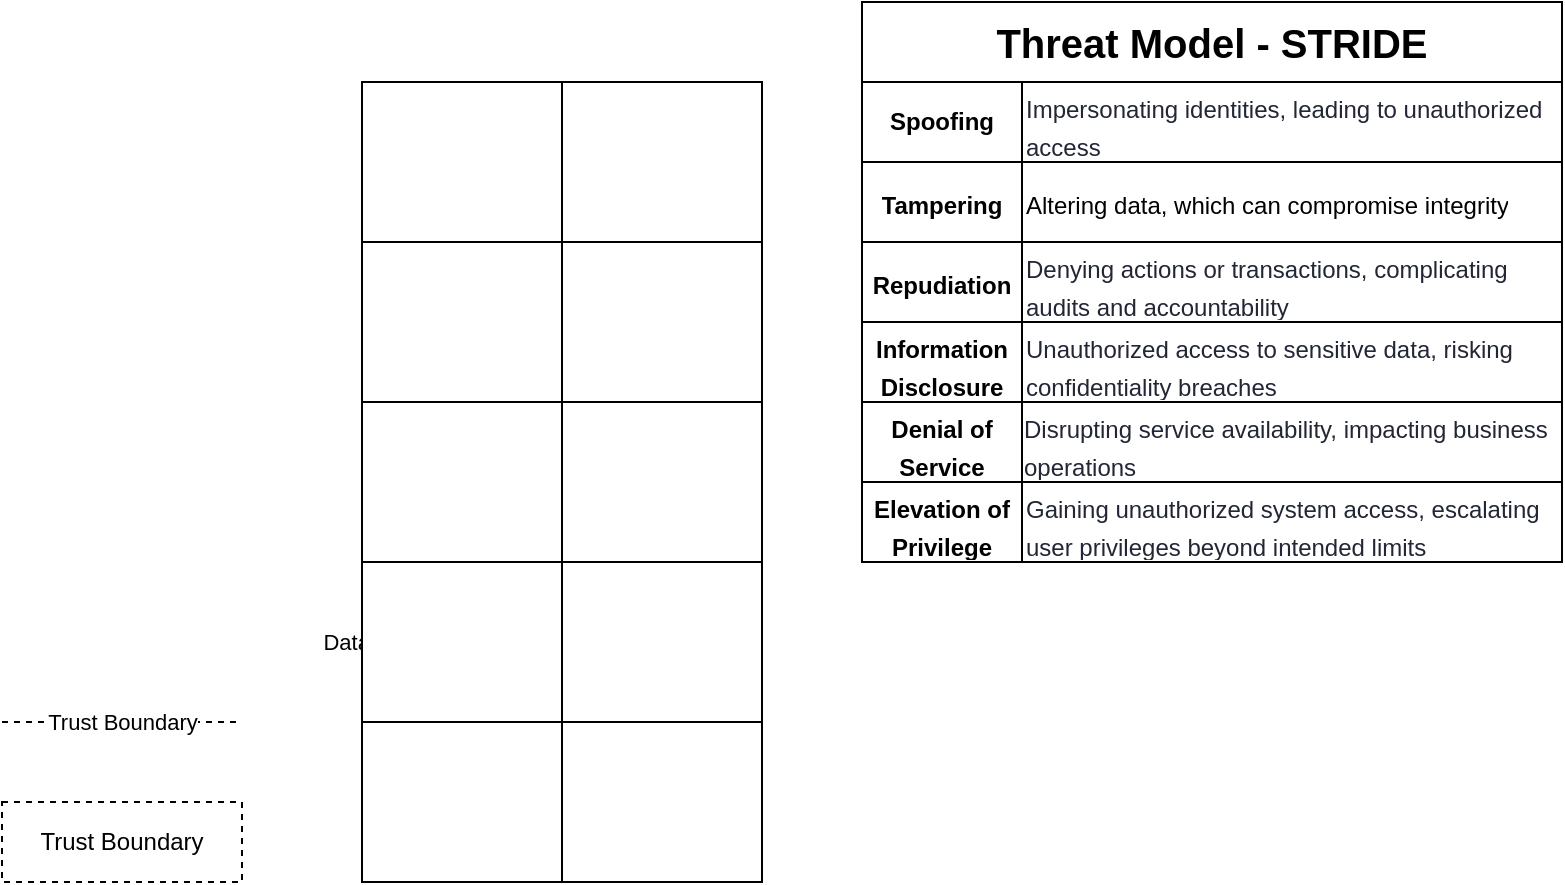
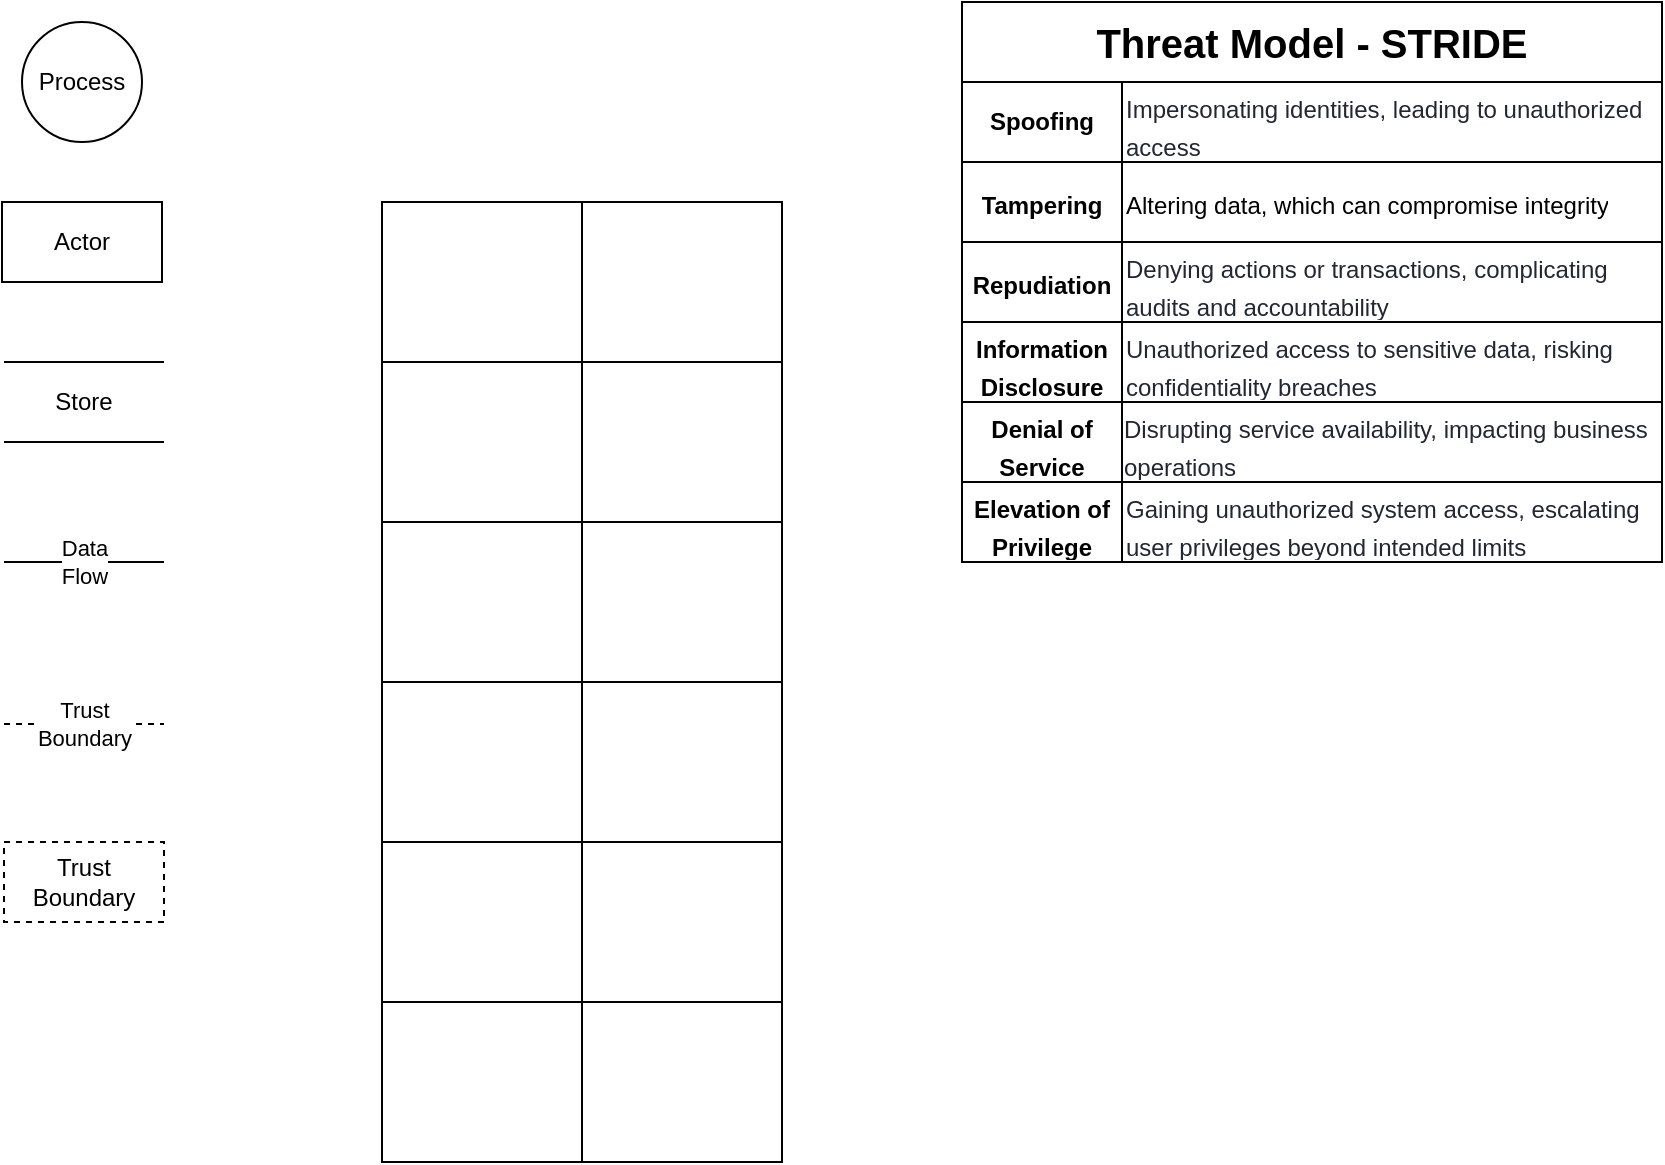
<mxfile host="app.diagrams.net">
  <diagram name="Page-1" id="LUfYaMOZ5GPox6UbmhKn">
    <mxGraphModel dx="1204" dy="815" grid="1" gridSize="10" guides="1" tooltips="1" connect="1" arrows="1" fold="1" page="1" pageScale="1" pageWidth="1169" pageHeight="827" math="0" shadow="0">
      <root>
        <mxCell id="0" />
        <mxCell id="1" parent="0" />
        <mxCell id="M_fBX4zBRpyhF5hZAxOK-1" parent="1" style="ellipse;whiteSpace=wrap;html=1;direction=west;" value="Process" vertex="1">
-           <mxGeometry height="60" width="60" x="300" y="90" as="geometry" />
+           <mxGeometry height="60" width="60" x="60" y="50" as="geometry" />
        </mxCell>
        <mxCell id="M_fBX4zBRpyhF5hZAxOK-2" parent="1" style="rounded=0;whiteSpace=wrap;html=1;" value="Actor" vertex="1">
-           <mxGeometry height="40" width="80" x="290" y="180" as="geometry" />
-         </mxCell>
-         <mxCell id="M_fBX4zBRpyhF5hZAxOK-6" connectable="0" parent="1" style="group" value="" vertex="1">
-           <mxGeometry height="40" width="80" x="290" y="260" as="geometry" />
-         </mxCell>
-         <mxCell id="M_fBX4zBRpyhF5hZAxOK-3" parent="M_fBX4zBRpyhF5hZAxOK-6" style="rounded=0;whiteSpace=wrap;html=1;strokeColor=none;" value="Store" vertex="1">
-           <mxGeometry height="40" width="80" as="geometry" />
-         </mxCell>
-         <mxCell id="M_fBX4zBRpyhF5hZAxOK-4" edge="1" parent="M_fBX4zBRpyhF5hZAxOK-6" source="M_fBX4zBRpyhF5hZAxOK-3" style="endArrow=none;html=1;rounded=0;exitX=0;exitY=0;exitDx=0;exitDy=0;entryX=1;entryY=0;entryDx=0;entryDy=0;" target="M_fBX4zBRpyhF5hZAxOK-3" value="">
-           <mxGeometry height="50" relative="1" width="50" as="geometry">
-             <mxPoint x="200" y="106.66666666666666" as="sourcePoint" />
-             <mxPoint x="53.33333333333333" as="targetPoint" />
-           </mxGeometry>
-         </mxCell>
-         <mxCell id="M_fBX4zBRpyhF5hZAxOK-5" edge="1" parent="M_fBX4zBRpyhF5hZAxOK-6" style="endArrow=none;html=1;rounded=0;exitX=0;exitY=0;exitDx=0;exitDy=0;entryX=1;entryY=0;entryDx=0;entryDy=0;" value="">
-           <mxGeometry height="50" relative="1" width="50" as="geometry">
-             <mxPoint y="40" as="sourcePoint" />
-             <mxPoint x="80" y="40" as="targetPoint" />
-           </mxGeometry>
-         </mxCell>
-         <mxCell id="M_fBX4zBRpyhF5hZAxOK-7" edge="1" parent="1" style="endArrow=none;html=1;rounded=0;" target="i9MEZxg4KkeJskCu2APN-14" value="Data Flow">
-           <mxGeometry height="50" relative="1" width="50" as="geometry">
-             <mxPoint x="290" y="360" as="sourcePoint" />
-             <mxPoint x="410" y="361" as="targetPoint" />
-           </mxGeometry>
-         </mxCell>
-         <mxCell id="M_fBX4zBRpyhF5hZAxOK-8" edge="1" parent="1" style="endArrow=none;dashed=1;html=1;rounded=0;" value="Trust Boundary">
-           <mxGeometry height="50" relative="1" width="50" as="geometry">
-             <mxPoint x="100" y="400" as="sourcePoint" />
-             <mxPoint x="220" y="400" as="targetPoint" />
-           </mxGeometry>
-         </mxCell>
-         <mxCell id="M_fBX4zBRpyhF5hZAxOK-10" parent="1" style="rounded=0;whiteSpace=wrap;html=1;fillColor=none;dashed=1;" value="Trust Boundary" vertex="1">
-           <mxGeometry height="40" width="120" x="100" y="440" as="geometry" />
+           <mxGeometry height="40" width="80" x="50" y="140" as="geometry" />
        </mxCell>
        <mxCell id="M_fBX4zBRpyhF5hZAxOK-11" parent="1" style="shape=table;startSize=0;container=1;collapsible=0;childLayout=tableLayout;fontSize=12;" value="" vertex="1">
          <mxGeometry height="280" width="350" x="530" y="40" as="geometry" />
        </mxCell>
        <mxCell id="i9MEZxg4KkeJskCu2APN-1" parent="M_fBX4zBRpyhF5hZAxOK-11" style="shape=tableRow;horizontal=0;startSize=0;swimlaneHead=0;swimlaneBody=0;strokeColor=inherit;top=0;left=0;bottom=0;right=0;collapsible=0;dropTarget=0;fillColor=none;points=[[0,0.5],[1,0.5]];portConstraint=eastwest;fontSize=16;" vertex="1">
          <mxGeometry height="40" width="350" as="geometry" />
        </mxCell>
        <mxCell id="i9MEZxg4KkeJskCu2APN-2" parent="i9MEZxg4KkeJskCu2APN-1" style="shape=partialRectangle;html=1;whiteSpace=wrap;connectable=0;strokeColor=inherit;overflow=hidden;fillColor=none;top=0;left=0;bottom=0;right=0;pointerEvents=1;fontSize=12;rowspan=1;colspan=2;" value="&lt;b&gt;&lt;font style=&quot;font-size: 20px;&quot;&gt;Threat Model - STRIDE&lt;/font&gt;&lt;/b&gt;" vertex="1">
          <mxGeometry height="40" width="350" as="geometry">
            <mxRectangle height="40" width="80" as="alternateBounds" />
          </mxGeometry>
        </mxCell>
        <mxCell id="i9MEZxg4KkeJskCu2APN-3" parent="i9MEZxg4KkeJskCu2APN-1" style="shape=partialRectangle;html=1;whiteSpace=wrap;connectable=0;strokeColor=inherit;overflow=hidden;fillColor=none;top=0;left=0;bottom=0;right=0;pointerEvents=1;fontSize=16;align=left;" vertex="1" visible="0">
          <mxGeometry height="40" width="270" x="80" as="geometry">
            <mxRectangle height="40" width="270" as="alternateBounds" />
          </mxGeometry>
        </mxCell>
        <mxCell id="M_fBX4zBRpyhF5hZAxOK-12" parent="M_fBX4zBRpyhF5hZAxOK-11" style="shape=tableRow;horizontal=0;startSize=0;swimlaneHead=0;swimlaneBody=0;strokeColor=inherit;top=0;left=0;bottom=0;right=0;collapsible=0;dropTarget=0;fillColor=none;points=[[0,0.5],[1,0.5]];portConstraint=eastwest;fontSize=16;" value="" vertex="1">
          <mxGeometry height="40" width="350" y="40" as="geometry" />
        </mxCell>
        <mxCell id="M_fBX4zBRpyhF5hZAxOK-13" parent="M_fBX4zBRpyhF5hZAxOK-12" style="shape=partialRectangle;html=1;whiteSpace=wrap;connectable=0;strokeColor=inherit;overflow=hidden;fillColor=none;top=0;left=0;bottom=0;right=0;pointerEvents=1;fontSize=12;" value="&lt;font&gt;&lt;b&gt;Spoofing&lt;/b&gt;&lt;/font&gt;" vertex="1">
          <mxGeometry height="40" width="80" as="geometry">
            <mxRectangle height="40" width="80" as="alternateBounds" />
          </mxGeometry>
        </mxCell>
        <mxCell id="M_fBX4zBRpyhF5hZAxOK-14" parent="M_fBX4zBRpyhF5hZAxOK-12" style="shape=partialRectangle;html=1;whiteSpace=wrap;connectable=0;strokeColor=inherit;overflow=hidden;fillColor=none;top=0;left=0;bottom=0;right=0;pointerEvents=1;fontSize=16;align=left;" value="&lt;span style=&quot;caret-color: rgb(34, 38, 53); color: rgb(34, 38, 53);&quot;&gt;&lt;font style=&quot;font-size: 12px;&quot;&gt;Impersonating identities, leading to unauthorized access&lt;/font&gt;&lt;/span&gt;" vertex="1">
          <mxGeometry height="40" width="270" x="80" as="geometry">
            <mxRectangle height="40" width="270" as="alternateBounds" />
          </mxGeometry>
        </mxCell>
        <mxCell id="M_fBX4zBRpyhF5hZAxOK-16" parent="M_fBX4zBRpyhF5hZAxOK-11" style="shape=tableRow;horizontal=0;startSize=0;swimlaneHead=0;swimlaneBody=0;strokeColor=inherit;top=0;left=0;bottom=0;right=0;collapsible=0;dropTarget=0;fillColor=none;points=[[0,0.5],[1,0.5]];portConstraint=eastwest;fontSize=16;" value="" vertex="1">
          <mxGeometry height="40" width="350" y="80" as="geometry" />
        </mxCell>
        <mxCell id="M_fBX4zBRpyhF5hZAxOK-17" parent="M_fBX4zBRpyhF5hZAxOK-16" style="shape=partialRectangle;html=1;whiteSpace=wrap;connectable=0;strokeColor=inherit;overflow=hidden;fillColor=none;top=0;left=0;bottom=0;right=0;pointerEvents=1;fontSize=16;" value="&lt;font style=&quot;font-size: 12px;&quot;&gt;&lt;b&gt;Tampering&lt;/b&gt;&lt;/font&gt;" vertex="1">
          <mxGeometry height="40" width="80" as="geometry">
            <mxRectangle height="40" width="80" as="alternateBounds" />
          </mxGeometry>
        </mxCell>
        <mxCell id="M_fBX4zBRpyhF5hZAxOK-18" parent="M_fBX4zBRpyhF5hZAxOK-16" style="shape=partialRectangle;html=1;whiteSpace=wrap;connectable=0;strokeColor=inherit;overflow=hidden;fillColor=none;top=0;left=0;bottom=0;right=0;pointerEvents=1;fontSize=16;align=left;" value="&lt;font style=&quot;font-size: 12px;&quot;&gt;Altering data, which can compromise integrity&lt;/font&gt;" vertex="1">
          <mxGeometry height="40" width="270" x="80" as="geometry">
            <mxRectangle height="40" width="270" as="alternateBounds" />
          </mxGeometry>
        </mxCell>
        <mxCell id="M_fBX4zBRpyhF5hZAxOK-20" parent="M_fBX4zBRpyhF5hZAxOK-11" style="shape=tableRow;horizontal=0;startSize=0;swimlaneHead=0;swimlaneBody=0;strokeColor=inherit;top=0;left=0;bottom=0;right=0;collapsible=0;dropTarget=0;fillColor=none;points=[[0,0.5],[1,0.5]];portConstraint=eastwest;fontSize=16;" value="" vertex="1">
          <mxGeometry height="40" width="350" y="120" as="geometry" />
        </mxCell>
        <mxCell id="M_fBX4zBRpyhF5hZAxOK-21" parent="M_fBX4zBRpyhF5hZAxOK-20" style="shape=partialRectangle;html=1;whiteSpace=wrap;connectable=0;strokeColor=inherit;overflow=hidden;fillColor=none;top=0;left=0;bottom=0;right=0;pointerEvents=1;fontSize=16;" value="&lt;font style=&quot;font-size: 12px;&quot;&gt;&lt;b&gt;Repudiation&lt;/b&gt;&lt;/font&gt;" vertex="1">
          <mxGeometry height="40" width="80" as="geometry">
            <mxRectangle height="40" width="80" as="alternateBounds" />
          </mxGeometry>
        </mxCell>
        <mxCell id="M_fBX4zBRpyhF5hZAxOK-22" parent="M_fBX4zBRpyhF5hZAxOK-20" style="shape=partialRectangle;html=1;whiteSpace=wrap;connectable=0;strokeColor=inherit;overflow=hidden;fillColor=none;top=0;left=0;bottom=0;right=0;pointerEvents=1;fontSize=16;align=left;" value="&lt;span style=&quot;caret-color: rgb(34, 38, 53); color: rgb(34, 38, 53);&quot;&gt;&lt;font style=&quot;font-size: 12px;&quot;&gt;Denying actions or transactions, complicating audits and accountability&lt;/font&gt;&lt;/span&gt;" vertex="1">
          <mxGeometry height="40" width="270" x="80" as="geometry">
            <mxRectangle height="40" width="270" as="alternateBounds" />
          </mxGeometry>
        </mxCell>
        <mxCell id="M_fBX4zBRpyhF5hZAxOK-25" parent="M_fBX4zBRpyhF5hZAxOK-11" style="shape=tableRow;horizontal=0;startSize=0;swimlaneHead=0;swimlaneBody=0;strokeColor=inherit;top=0;left=0;bottom=0;right=0;collapsible=0;dropTarget=0;fillColor=none;points=[[0,0.5],[1,0.5]];portConstraint=eastwest;fontSize=16;" value="" vertex="1">
          <mxGeometry height="40" width="350" y="160" as="geometry" />
        </mxCell>
        <mxCell id="M_fBX4zBRpyhF5hZAxOK-26" parent="M_fBX4zBRpyhF5hZAxOK-25" style="shape=partialRectangle;html=1;whiteSpace=wrap;connectable=0;strokeColor=inherit;overflow=hidden;fillColor=none;top=0;left=0;bottom=0;right=0;pointerEvents=1;fontSize=16;" value="&lt;font style=&quot;font-size: 12px;&quot;&gt;&lt;b&gt;Information Disclosure&lt;/b&gt;&lt;/font&gt;" vertex="1">
          <mxGeometry height="40" width="80" as="geometry">
            <mxRectangle height="40" width="80" as="alternateBounds" />
          </mxGeometry>
        </mxCell>
        <mxCell id="M_fBX4zBRpyhF5hZAxOK-27" parent="M_fBX4zBRpyhF5hZAxOK-25" style="shape=partialRectangle;html=1;whiteSpace=wrap;connectable=0;strokeColor=inherit;overflow=hidden;fillColor=none;top=0;left=0;bottom=0;right=0;pointerEvents=1;fontSize=16;align=left;" value="&lt;span style=&quot;caret-color: rgb(34, 38, 53); color: rgb(34, 38, 53);&quot;&gt;&lt;font style=&quot;font-size: 12px;&quot;&gt;Unauthorized access to sensitive data, risking confidentiality breaches&lt;/font&gt;&lt;/span&gt;" vertex="1">
          <mxGeometry height="40" width="270" x="80" as="geometry">
            <mxRectangle height="40" width="270" as="alternateBounds" />
          </mxGeometry>
        </mxCell>
        <mxCell id="M_fBX4zBRpyhF5hZAxOK-29" parent="M_fBX4zBRpyhF5hZAxOK-11" style="shape=tableRow;horizontal=0;startSize=0;swimlaneHead=0;swimlaneBody=0;strokeColor=inherit;top=0;left=0;bottom=0;right=0;collapsible=0;dropTarget=0;fillColor=none;points=[[0,0.5],[1,0.5]];portConstraint=eastwest;fontSize=16;" value="" vertex="1">
          <mxGeometry height="40" width="350" y="200" as="geometry" />
        </mxCell>
        <mxCell id="M_fBX4zBRpyhF5hZAxOK-30" parent="M_fBX4zBRpyhF5hZAxOK-29" style="shape=partialRectangle;html=1;whiteSpace=wrap;connectable=0;strokeColor=inherit;overflow=hidden;fillColor=none;top=0;left=0;bottom=0;right=0;pointerEvents=1;fontSize=16;" value="&lt;font style=&quot;font-size: 12px;&quot;&gt;&lt;b&gt;Denial of Service&lt;/b&gt;&lt;/font&gt;" vertex="1">
          <mxGeometry height="40" width="80" as="geometry">
            <mxRectangle height="40" width="80" as="alternateBounds" />
          </mxGeometry>
        </mxCell>
        <mxCell id="M_fBX4zBRpyhF5hZAxOK-31" parent="M_fBX4zBRpyhF5hZAxOK-29" style="shape=partialRectangle;html=1;whiteSpace=wrap;connectable=0;strokeColor=inherit;overflow=hidden;fillColor=none;top=0;left=0;bottom=0;right=0;pointerEvents=1;fontSize=16;" value="&lt;div style=&quot;text-align: left;&quot;&gt;&lt;span style=&quot;caret-color: rgb(34, 38, 53); color: rgb(34, 38, 53); font-size: 12px;&quot;&gt;Disrupting service availability, impacting business operations&lt;/span&gt;&lt;/div&gt;" vertex="1">
          <mxGeometry height="40" width="270" x="80" as="geometry">
            <mxRectangle height="40" width="270" as="alternateBounds" />
          </mxGeometry>
        </mxCell>
        <mxCell id="M_fBX4zBRpyhF5hZAxOK-33" parent="M_fBX4zBRpyhF5hZAxOK-11" style="shape=tableRow;horizontal=0;startSize=0;swimlaneHead=0;swimlaneBody=0;strokeColor=inherit;top=0;left=0;bottom=0;right=0;collapsible=0;dropTarget=0;fillColor=none;points=[[0,0.5],[1,0.5]];portConstraint=eastwest;fontSize=16;" value="" vertex="1">
          <mxGeometry height="40" width="350" y="240" as="geometry" />
        </mxCell>
        <mxCell id="M_fBX4zBRpyhF5hZAxOK-34" parent="M_fBX4zBRpyhF5hZAxOK-33" style="shape=partialRectangle;html=1;whiteSpace=wrap;connectable=0;strokeColor=inherit;overflow=hidden;fillColor=none;top=0;left=0;bottom=0;right=0;pointerEvents=1;fontSize=16;" value="&lt;font style=&quot;font-size: 12px;&quot;&gt;&lt;b&gt;Elevation of Privilege&lt;/b&gt;&lt;/font&gt;" vertex="1">
          <mxGeometry height="40" width="80" as="geometry">
            <mxRectangle height="40" width="80" as="alternateBounds" />
          </mxGeometry>
        </mxCell>
        <mxCell id="M_fBX4zBRpyhF5hZAxOK-35" parent="M_fBX4zBRpyhF5hZAxOK-33" style="shape=partialRectangle;html=1;whiteSpace=wrap;connectable=0;strokeColor=inherit;overflow=hidden;fillColor=none;top=0;left=0;bottom=0;right=0;pointerEvents=1;fontSize=16;align=left;" value="&lt;span style=&quot;caret-color: rgb(34, 38, 53); color: rgb(34, 38, 53);&quot;&gt;&lt;font style=&quot;font-size: 12px;&quot; face=&quot;Helvetica&quot;&gt;Gaining unauthorized system access, escalating user privileges beyond intended limits&lt;/font&gt;&lt;/span&gt;" vertex="1">
          <mxGeometry height="40" width="270" x="80" as="geometry">
            <mxRectangle height="40" width="270" as="alternateBounds" />
          </mxGeometry>
        </mxCell>
        <mxCell id="i9MEZxg4KkeJskCu2APN-4" parent="1" style="shape=table;startSize=0;container=1;collapsible=0;childLayout=tableLayout;fixedHeader=1;" value="" vertex="1">
-           <mxGeometry height="400" width="200" x="280" y="80" as="geometry" />
+           <mxGeometry height="480" width="200" x="240" y="140" as="geometry" />
        </mxCell>
        <mxCell id="i9MEZxg4KkeJskCu2APN-5" parent="i9MEZxg4KkeJskCu2APN-4" style="shape=tableRow;horizontal=0;startSize=0;swimlaneHead=0;swimlaneBody=0;strokeColor=inherit;top=0;left=0;bottom=0;right=0;collapsible=0;dropTarget=0;fillColor=none;points=[[0,0.5],[1,0.5]];portConstraint=eastwest;fixedHeader=1;" value="" vertex="1">
          <mxGeometry height="80" width="200" as="geometry" />
        </mxCell>
        <mxCell id="i9MEZxg4KkeJskCu2APN-6" parent="i9MEZxg4KkeJskCu2APN-5" style="shape=partialRectangle;html=1;whiteSpace=wrap;connectable=0;strokeColor=inherit;overflow=hidden;fillColor=none;top=0;left=0;bottom=0;right=0;pointerEvents=1;" value="" vertex="1">
          <mxGeometry height="80" width="100" as="geometry">
            <mxRectangle height="80" width="100" as="alternateBounds" />
          </mxGeometry>
        </mxCell>
        <mxCell id="i9MEZxg4KkeJskCu2APN-7" parent="i9MEZxg4KkeJskCu2APN-5" style="shape=partialRectangle;html=1;whiteSpace=wrap;connectable=0;strokeColor=inherit;overflow=hidden;fillColor=none;top=0;left=0;bottom=0;right=0;pointerEvents=1;" value="" vertex="1">
          <mxGeometry height="80" width="100" x="100" as="geometry">
            <mxRectangle height="80" width="100" as="alternateBounds" />
          </mxGeometry>
        </mxCell>
        <mxCell id="i9MEZxg4KkeJskCu2APN-8" parent="i9MEZxg4KkeJskCu2APN-4" style="shape=tableRow;horizontal=0;startSize=0;swimlaneHead=0;swimlaneBody=0;strokeColor=inherit;top=0;left=0;bottom=0;right=0;collapsible=0;dropTarget=0;fillColor=none;points=[[0,0.5],[1,0.5]];portConstraint=eastwest;fixedHeader=1;" value="" vertex="1">
          <mxGeometry height="80" width="200" y="80" as="geometry" />
        </mxCell>
        <mxCell id="i9MEZxg4KkeJskCu2APN-9" parent="i9MEZxg4KkeJskCu2APN-8" style="shape=partialRectangle;html=1;whiteSpace=wrap;connectable=0;strokeColor=inherit;overflow=hidden;fillColor=none;top=0;left=0;bottom=0;right=0;pointerEvents=1;" value="" vertex="1">
          <mxGeometry height="80" width="100" as="geometry">
            <mxRectangle height="80" width="100" as="alternateBounds" />
          </mxGeometry>
        </mxCell>
        <mxCell id="i9MEZxg4KkeJskCu2APN-10" parent="i9MEZxg4KkeJskCu2APN-8" style="shape=partialRectangle;html=1;whiteSpace=wrap;connectable=0;strokeColor=inherit;overflow=hidden;fillColor=none;top=0;left=0;bottom=0;right=0;pointerEvents=1;" value="" vertex="1">
          <mxGeometry height="80" width="100" x="100" as="geometry">
            <mxRectangle height="80" width="100" as="alternateBounds" />
          </mxGeometry>
        </mxCell>
        <mxCell id="i9MEZxg4KkeJskCu2APN-11" parent="i9MEZxg4KkeJskCu2APN-4" style="shape=tableRow;horizontal=0;startSize=0;swimlaneHead=0;swimlaneBody=0;strokeColor=inherit;top=0;left=0;bottom=0;right=0;collapsible=0;dropTarget=0;fillColor=none;points=[[0,0.5],[1,0.5]];portConstraint=eastwest;fixedHeader=1;" value="" vertex="1">
          <mxGeometry height="80" width="200" y="160" as="geometry" />
        </mxCell>
        <mxCell id="i9MEZxg4KkeJskCu2APN-12" parent="i9MEZxg4KkeJskCu2APN-11" style="shape=partialRectangle;html=1;whiteSpace=wrap;connectable=0;strokeColor=inherit;overflow=hidden;fillColor=none;top=0;left=0;bottom=0;right=0;pointerEvents=1;" value="" vertex="1">
          <mxGeometry height="80" width="100" as="geometry">
            <mxRectangle height="80" width="100" as="alternateBounds" />
          </mxGeometry>
        </mxCell>
        <mxCell id="i9MEZxg4KkeJskCu2APN-13" parent="i9MEZxg4KkeJskCu2APN-11" style="shape=partialRectangle;html=1;whiteSpace=wrap;connectable=0;strokeColor=inherit;overflow=hidden;fillColor=none;top=0;left=0;bottom=0;right=0;pointerEvents=1;" value="" vertex="1">
          <mxGeometry height="80" width="100" x="100" as="geometry">
            <mxRectangle height="80" width="100" as="alternateBounds" />
          </mxGeometry>
        </mxCell>
        <mxCell id="i9MEZxg4KkeJskCu2APN-14" parent="i9MEZxg4KkeJskCu2APN-4" style="shape=tableRow;horizontal=0;startSize=0;swimlaneHead=0;swimlaneBody=0;strokeColor=inherit;top=0;left=0;bottom=0;right=0;collapsible=0;dropTarget=0;fillColor=none;points=[[0,0.5],[1,0.5]];portConstraint=eastwest;fixedHeader=1;" value="" vertex="1">
          <mxGeometry height="80" width="200" y="240" as="geometry" />
        </mxCell>
        <mxCell id="i9MEZxg4KkeJskCu2APN-15" parent="i9MEZxg4KkeJskCu2APN-14" style="shape=partialRectangle;html=1;whiteSpace=wrap;connectable=0;strokeColor=inherit;overflow=hidden;fillColor=none;top=0;left=0;bottom=0;right=0;pointerEvents=1;" value="" vertex="1">
          <mxGeometry height="80" width="100" as="geometry">
            <mxRectangle height="80" width="100" as="alternateBounds" />
          </mxGeometry>
        </mxCell>
        <mxCell id="i9MEZxg4KkeJskCu2APN-16" parent="i9MEZxg4KkeJskCu2APN-14" style="shape=partialRectangle;html=1;whiteSpace=wrap;connectable=0;strokeColor=inherit;overflow=hidden;fillColor=none;top=0;left=0;bottom=0;right=0;pointerEvents=1;" value="" vertex="1">
          <mxGeometry height="80" width="100" x="100" as="geometry">
            <mxRectangle height="80" width="100" as="alternateBounds" />
          </mxGeometry>
        </mxCell>
        <mxCell id="i9MEZxg4KkeJskCu2APN-17" parent="i9MEZxg4KkeJskCu2APN-4" style="shape=tableRow;horizontal=0;startSize=0;swimlaneHead=0;swimlaneBody=0;strokeColor=inherit;top=0;left=0;bottom=0;right=0;collapsible=0;dropTarget=0;fillColor=none;points=[[0,0.5],[1,0.5]];portConstraint=eastwest;fixedHeader=1;" value="" vertex="1">
          <mxGeometry height="80" width="200" y="320" as="geometry" />
        </mxCell>
        <mxCell id="i9MEZxg4KkeJskCu2APN-18" parent="i9MEZxg4KkeJskCu2APN-17" style="shape=partialRectangle;html=1;whiteSpace=wrap;connectable=0;strokeColor=inherit;overflow=hidden;fillColor=none;top=0;left=0;bottom=0;right=0;pointerEvents=1;" value="" vertex="1">
          <mxGeometry height="80" width="100" as="geometry">
            <mxRectangle height="80" width="100" as="alternateBounds" />
          </mxGeometry>
        </mxCell>
        <mxCell id="i9MEZxg4KkeJskCu2APN-19" parent="i9MEZxg4KkeJskCu2APN-17" style="shape=partialRectangle;html=1;whiteSpace=wrap;connectable=0;strokeColor=inherit;overflow=hidden;fillColor=none;top=0;left=0;bottom=0;right=0;pointerEvents=1;" value="" vertex="1">
          <mxGeometry height="80" width="100" x="100" as="geometry">
            <mxRectangle height="80" width="100" as="alternateBounds" />
          </mxGeometry>
+         </mxCell>
+         <mxCell id="EMhIjtj1n61WMu614l9y-1" parent="i9MEZxg4KkeJskCu2APN-4" style="shape=tableRow;horizontal=0;startSize=0;swimlaneHead=0;swimlaneBody=0;strokeColor=inherit;top=0;left=0;bottom=0;right=0;collapsible=0;dropTarget=0;fillColor=none;points=[[0,0.5],[1,0.5]];portConstraint=eastwest;fixedHeader=1;" value="" vertex="1">
+           <mxGeometry height="80" width="200" y="400" as="geometry" />
+         </mxCell>
+         <mxCell id="EMhIjtj1n61WMu614l9y-2" parent="EMhIjtj1n61WMu614l9y-1" style="shape=partialRectangle;html=1;whiteSpace=wrap;connectable=0;strokeColor=inherit;overflow=hidden;fillColor=none;top=0;left=0;bottom=0;right=0;pointerEvents=1;" value="" vertex="1">
+           <mxGeometry height="80" width="100" as="geometry">
+             <mxRectangle height="80" width="100" as="alternateBounds" />
+           </mxGeometry>
+         </mxCell>
+         <mxCell id="EMhIjtj1n61WMu614l9y-3" parent="EMhIjtj1n61WMu614l9y-1" style="shape=partialRectangle;html=1;whiteSpace=wrap;connectable=0;strokeColor=inherit;overflow=hidden;fillColor=none;top=0;left=0;bottom=0;right=0;pointerEvents=1;" value="" vertex="1">
+           <mxGeometry height="80" width="100" x="100" as="geometry">
+             <mxRectangle height="80" width="100" as="alternateBounds" />
+           </mxGeometry>
+         </mxCell>
+         <mxCell id="M_fBX4zBRpyhF5hZAxOK-3" parent="1" style="rounded=0;whiteSpace=wrap;html=1;strokeColor=none;" value="Store" vertex="1">
+           <mxGeometry height="40" width="80" x="51" y="220" as="geometry" />
+         </mxCell>
+         <mxCell id="M_fBX4zBRpyhF5hZAxOK-4" edge="1" parent="1" source="M_fBX4zBRpyhF5hZAxOK-3" style="endArrow=none;html=1;rounded=0;exitX=0;exitY=0;exitDx=0;exitDy=0;entryX=1;entryY=0;entryDx=0;entryDy=0;" target="M_fBX4zBRpyhF5hZAxOK-3" value="">
+           <mxGeometry height="50" relative="1" width="50" as="geometry">
+             <mxPoint x="251" y="326.66666666666663" as="sourcePoint" />
+             <mxPoint x="104.33333333333333" y="220" as="targetPoint" />
+           </mxGeometry>
+         </mxCell>
+         <mxCell id="M_fBX4zBRpyhF5hZAxOK-5" edge="1" parent="1" style="endArrow=none;html=1;rounded=0;exitX=0;exitY=0;exitDx=0;exitDy=0;entryX=1;entryY=0;entryDx=0;entryDy=0;" value="">
+           <mxGeometry height="50" relative="1" width="50" as="geometry">
+             <mxPoint x="51" y="260" as="sourcePoint" />
+             <mxPoint x="131" y="260" as="targetPoint" />
+           </mxGeometry>
+         </mxCell>
+         <mxCell id="M_fBX4zBRpyhF5hZAxOK-7" edge="1" parent="1" style="endArrow=none;html=1;rounded=0;" value="Data&lt;div&gt;Flow&lt;/div&gt;">
+           <mxGeometry height="50" relative="1" width="50" as="geometry">
+             <mxPoint x="51" y="320" as="sourcePoint" />
+             <mxPoint x="131" y="320" as="targetPoint" />
+           </mxGeometry>
+         </mxCell>
+         <mxCell id="M_fBX4zBRpyhF5hZAxOK-8" edge="1" parent="1" style="endArrow=none;dashed=1;html=1;rounded=0;" value="Trust&lt;div&gt;Boundary&lt;/div&gt;">
+           <mxGeometry height="50" relative="1" width="50" as="geometry">
+             <mxPoint x="51" y="401" as="sourcePoint" />
+             <mxPoint x="131" y="401" as="targetPoint" />
+           </mxGeometry>
+         </mxCell>
+         <mxCell id="M_fBX4zBRpyhF5hZAxOK-10" parent="1" style="rounded=0;whiteSpace=wrap;html=1;fillColor=none;dashed=1;" value="Trust Boundary" vertex="1">
+           <mxGeometry height="40" width="80" x="51" y="460" as="geometry" />
        </mxCell>
      </root>
    </mxGraphModel>
  </diagram>
</mxfile>
